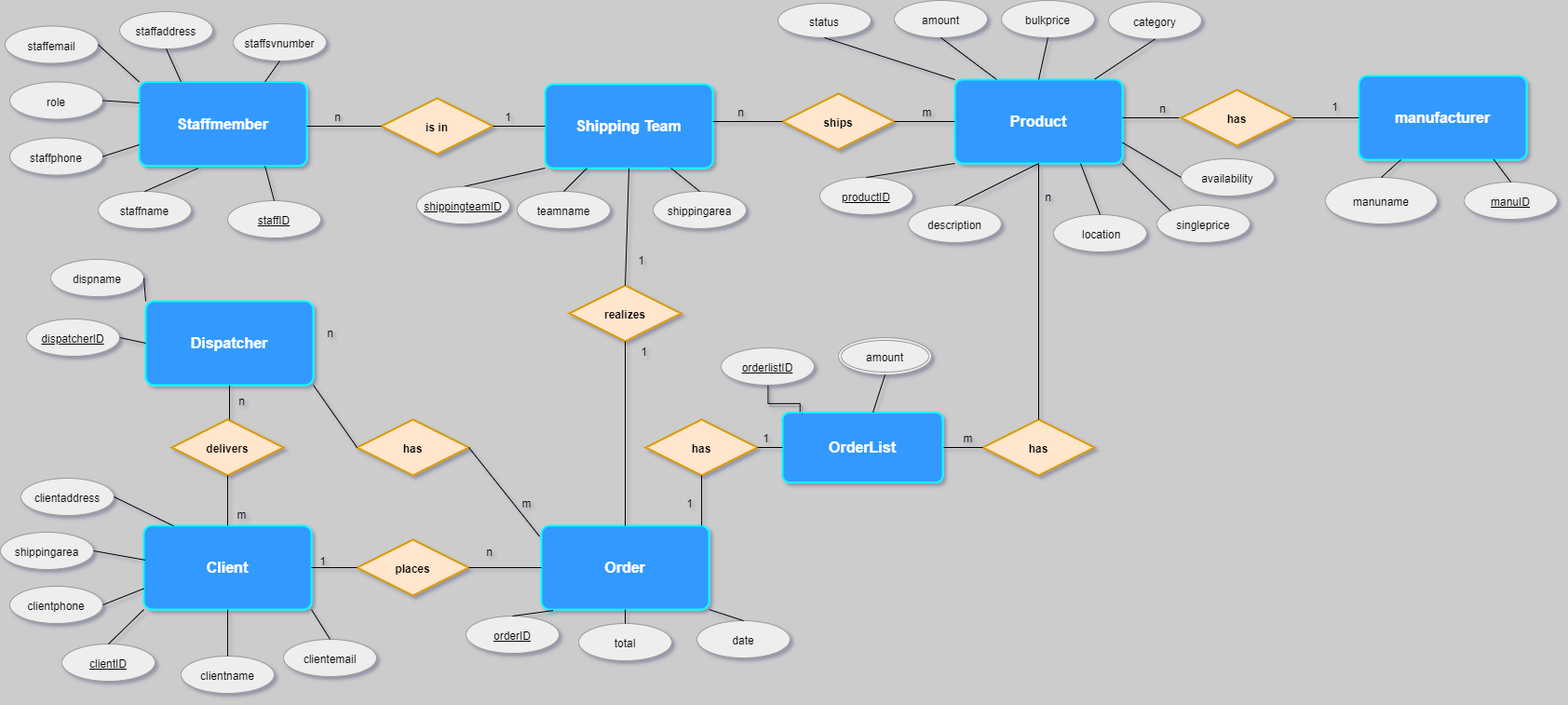
CodeFactoryWien/WF-Java-05 keeps this draw.io diagram as re_diagram.png. Above is the earlier version. Source tidied: cells renumbered, new cells last; positions are measured from the earlier drawing's top-left corner, leaving out a move shared by most shapes.
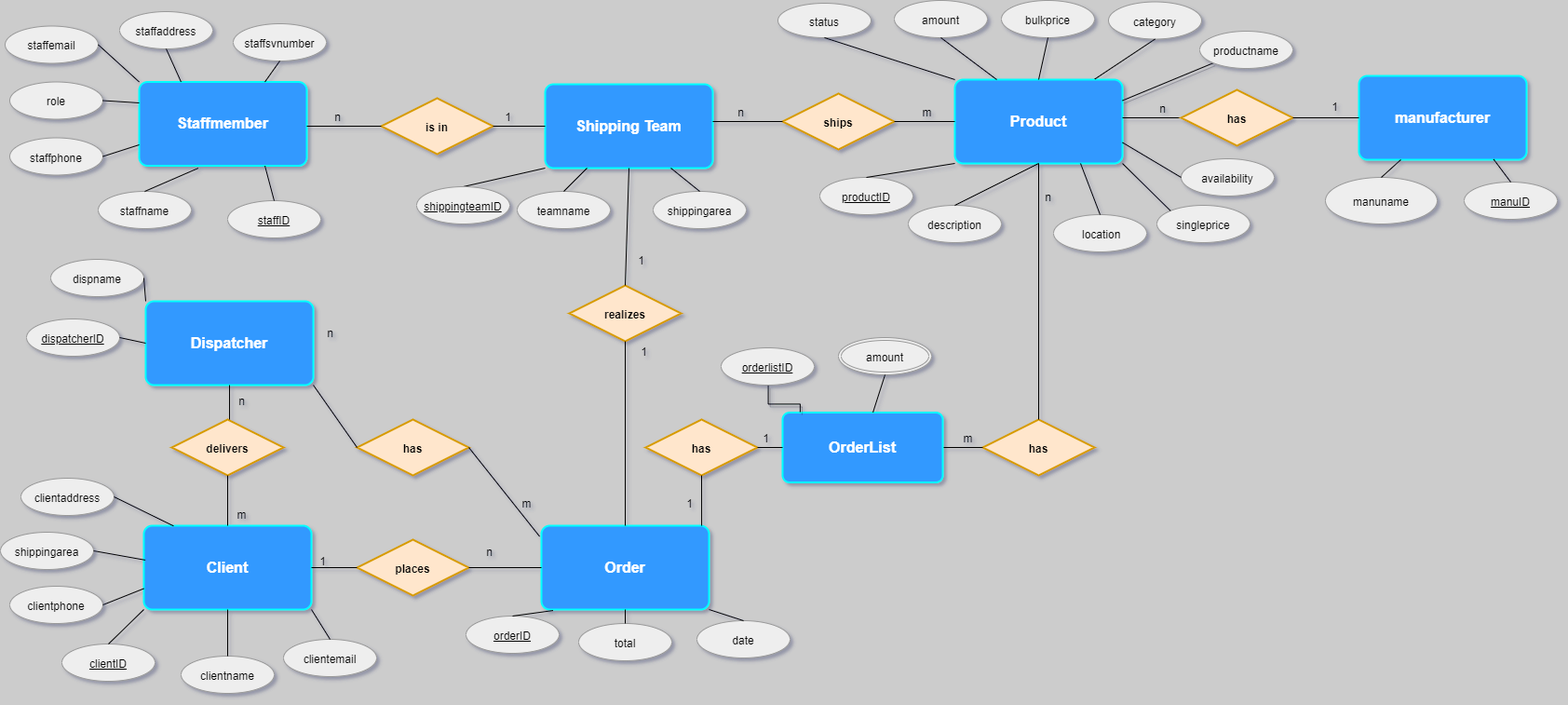
After the change.

Change to the diagram source:
```diff
@@ -371,5 +371,11 @@
     <mxCell id="122" style="endArrow=none;html=1;rounded=0;exitX=0.564;exitY=0;exitDx=0;exitDy=0;entryX=0.5;entryY=1;entryDx=0;entryDy=0;exitPerimeter=0;" parent="1" edge="1" source="113" target="121">
       <mxGeometry relative="1" as="geometry" />
     </mxCell>
+    <mxCell id="123" style="rounded=0;jettySize=auto;html=1;exitX=0;exitY=1;exitDx=0;exitDy=0;entryX=1;entryY=0.25;entryDx=0;entryDy=0;shadow=1;endArrow=none;endFill=0;fontSize=16;fontColor=#FFFFFF;" parent="1" edge="1" source="124" target="2">
+      <mxGeometry relative="1" as="geometry" />
+    </mxCell>
+    <mxCell id="124" value="productname" style="ellipse;whiteSpace=wrap;html=1;align=center;shadow=0;strokeColor=#999999;fillColor=#eeeeee;fixDash=0;" parent="1" vertex="1">
+      <mxGeometry x="1288" y="33" width="100" height="40" as="geometry" />
+    </mxCell>
   </root>
 </mxGraphModel>
```
